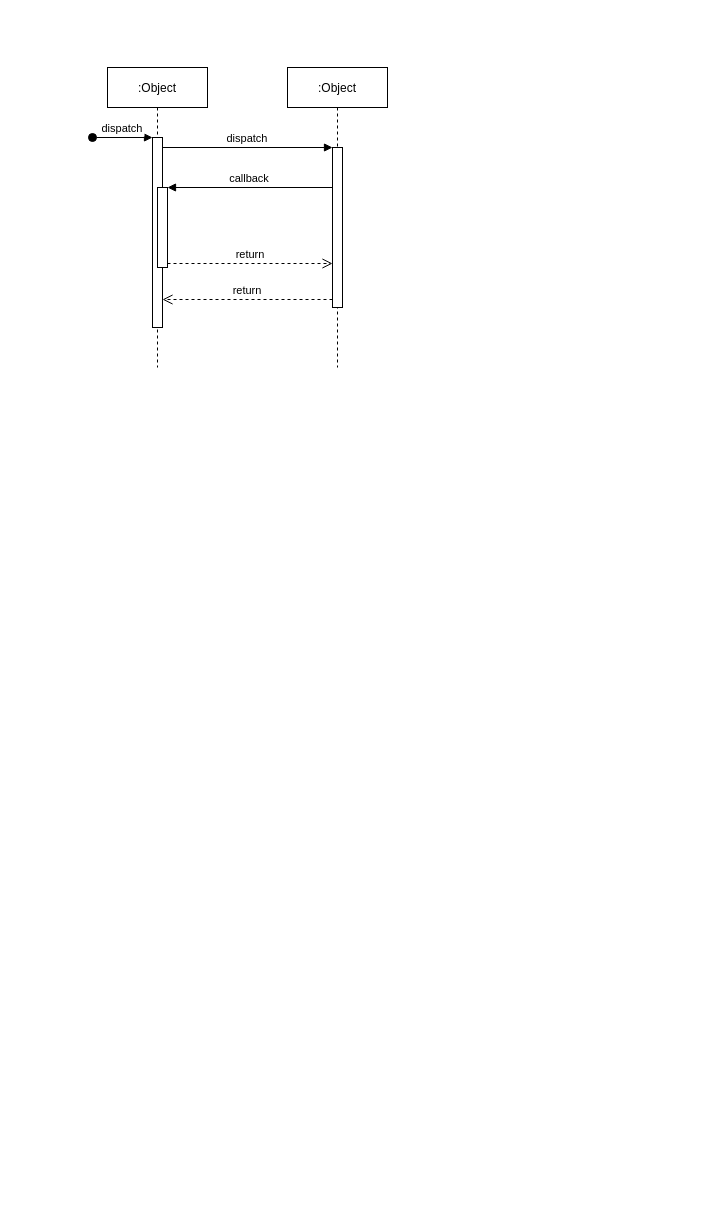
This is Untitled Diagram.drawio from doraemonxxx/queue-logic-design, a draw.io file, before an edit. Source tidied: cells renumbered, new cells numbered last; positions are measured from the earlier drawing's top-left corner, leaving out a move shared by most shapes. Both pictures are drawn from the tidied source at 100%, with x=0, y=0 at pixel (92, 67).
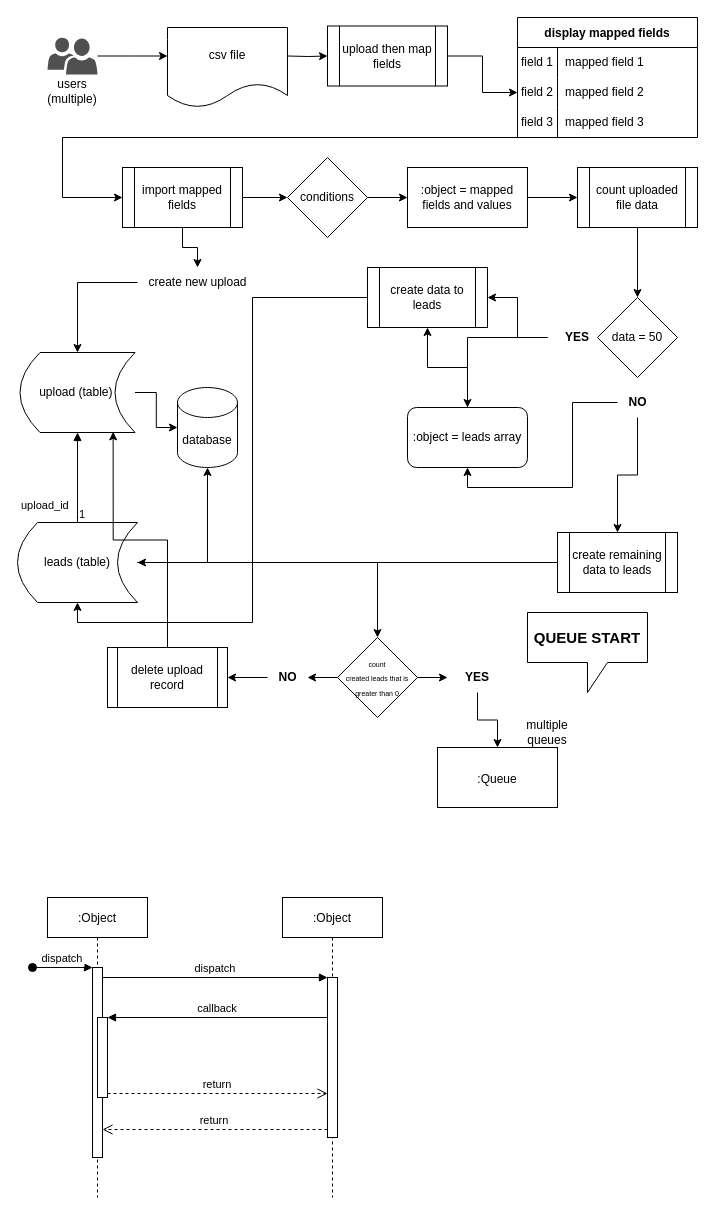
The same page after the edit.

Change to the diagram source:
```diff
@@
     <mxCell id="2" value=":Object" style="shape=umlLifeline;perimeter=lifelinePerimeter;rounded=0;shadow=0;strokeWidth=1;" parent="1" vertex="1">
-      <mxGeometry x="15" width="100" height="300" as="geometry" />
+      <mxGeometry x="-45" y="830" width="100" height="300" as="geometry" />
     </mxCell>
@@
     <mxCell id="6" value=":Object" style="shape=umlLifeline;perimeter=lifelinePerimeter;rounded=0;shadow=0;strokeWidth=1;" parent="1" vertex="1">
-      <mxGeometry x="195" width="100" height="300" as="geometry" />
+      <mxGeometry x="190" y="830" width="100" height="300" as="geometry" />
     </mxCell>
@@
+    <mxCell id="12" style="edgeStyle=orthogonalEdgeStyle;rounded=0;jettySize=auto;html=1;" parent="1" edge="1" source="13">
+      <mxGeometry relative="1" as="geometry">
+        <mxPoint x="75" y="-11.5" as="targetPoint" />
+      </mxGeometry>
+    </mxCell>
+    <mxCell id="13" style="sketch=0;shadow=0;dashed=0;html=1;strokeColor=none;labelPosition=center;verticalLabelPosition=bottom;verticalAlign=top;align=center;fillColor=#505050;shape=mxgraph.mscae.intune.user_group;" parent="1" vertex="1">
+      <mxGeometry x="-45" y="-30" width="50" height="37" as="geometry" />
+    </mxCell>
+    <mxCell id="14" value="users (multiple)" style="text;html=1;strokeColor=none;fillColor=none;align=center;verticalAlign=middle;whiteSpace=wrap;rounded=0;" parent="1" vertex="1">
+      <mxGeometry x="-50" y="7" width="60" height="33" as="geometry" />
+    </mxCell>
+    <mxCell id="15" style="edgeStyle=orthogonalEdgeStyle;rounded=0;jettySize=auto;html=1;entryX=0;entryY=0.5;entryDx=0;entryDy=0;" parent="1" edge="1" target="17">
+      <mxGeometry relative="1" as="geometry">
+        <mxPoint x="195" y="-11.5" as="sourcePoint" />
+      </mxGeometry>
+    </mxCell>
+    <mxCell id="16" style="edgeStyle=orthogonalEdgeStyle;rounded=0;jettySize=auto;html=1;fontSize=12;" parent="1" edge="1" source="17" target="33">
+      <mxGeometry relative="1" as="geometry" />
+    </mxCell>
+    <mxCell id="17" value="upload then map fields" style="shape=process;whiteSpace=wrap;html=1;backgroundOutline=1;" parent="1" vertex="1">
+      <mxGeometry x="235" y="-41.5" width="120" height="60" as="geometry" />
+    </mxCell>
+    <mxCell id="18" value="database" style="shape=cylinder3;whiteSpace=wrap;html=1;boundedLbl=1;backgroundOutline=1;size=15;" parent="1" vertex="1">
+      <mxGeometry x="85" y="320" width="60" height="80" as="geometry" />
+    </mxCell>
+    <mxCell id="19" value="csv file" style="shape=document;whiteSpace=wrap;html=1;boundedLbl=1;" parent="1" vertex="1">
+      <mxGeometry x="75" y="-40" width="120" height="80" as="geometry" />
+    </mxCell>
+    <mxCell id="20" style="edgeStyle=orthogonalEdgeStyle;rounded=0;jettySize=auto;html=1;" parent="1" edge="1" source="22" target="18">
+      <mxGeometry relative="1" as="geometry" />
+    </mxCell>
+    <mxCell id="21" style="edgeStyle=orthogonalEdgeStyle;rounded=0;jettySize=auto;html=1;fontSize=8;" parent="1" edge="1" source="22" target="64">
+      <mxGeometry relative="1" as="geometry" />
+    </mxCell>
+    <mxCell id="22" value="leads (table)" style="shape=dataStorage;whiteSpace=wrap;html=1;fixedSize=1;" parent="1" vertex="1">
+      <mxGeometry x="-75" y="455" width="120" height="80" as="geometry" />
+    </mxCell>
+    <mxCell id="23" style="edgeStyle=orthogonalEdgeStyle;rounded=0;jettySize=auto;html=1;entryX=0;entryY=0.5;entryDx=0;entryDy=0;entryPerimeter=0;" parent="1" edge="1" source="24" target="18">
+      <mxGeometry relative="1" as="geometry" />
+    </mxCell>
+    <mxCell id="24" value="upload (table)&amp;nbsp;" style="shape=dataStorage;whiteSpace=wrap;html=1;fixedSize=1;" parent="1" vertex="1">
+      <mxGeometry x="-72.5" y="285" width="115" height="80" as="geometry" />
+    </mxCell>
+    <mxCell id="25" style="edgeStyle=orthogonalEdgeStyle;rounded=0;jettySize=auto;html=1;entryX=0;entryY=0.5;entryDx=0;entryDy=0;" parent="1" edge="1" source="27" target="42">
+      <mxGeometry relative="1" as="geometry" />
+    </mxCell>
+    <mxCell id="26" style="edgeStyle=orthogonalEdgeStyle;rounded=0;jettySize=auto;html=1;" parent="1" edge="1" source="27" target="61">
+      <mxGeometry relative="1" as="geometry" />
+    </mxCell>
+    <mxCell id="27" value="import mapped fields" style="shape=process;whiteSpace=wrap;html=1;backgroundOutline=1;" parent="1" vertex="1">
+      <mxGeometry x="30" y="100" width="120" height="60" as="geometry" />
+    </mxCell>
+    <mxCell id="28" style="edgeStyle=orthogonalEdgeStyle;rounded=0;jettySize=auto;html=1;entryX=0;entryY=0.5;entryDx=0;entryDy=0;" parent="1" edge="1" source="29" target="27">
+      <mxGeometry relative="1" as="geometry">
+        <Array as="points">
+          <mxPoint x="-30" y="70" />
+          <mxPoint x="-30" y="130" />
+        </Array>
+      </mxGeometry>
+    </mxCell>
+    <mxCell id="29" value="display mapped fields" style="shape=table;startSize=30;childLayout=tableLayout;rowLines=0;fontStyle=1;" parent="1" vertex="1">
+      <mxGeometry x="425" y="-50" width="180" height="120" as="geometry" />
+    </mxCell>
+    <mxCell id="30" style="shape=tableRow;horizontal=0;startSize=0;swimlaneHead=0;swimlaneBody=0;top=0;left=0;bottom=0;right=0;fillColor=none;" parent="29" vertex="1">
+      <mxGeometry y="30" width="180" height="30" as="geometry" />
+    </mxCell>
+    <mxCell id="31" value="field 1" style="shape=partialRectangle;html=1;whiteSpace=wrap;fillColor=none;top=0;left=0;bottom=0;right=0;overflow=hidden;" parent="30" vertex="1">
+      <mxGeometry width="40" height="30" as="geometry" />
+    </mxCell>
+    <mxCell id="32" value="mapped field 1" style="shape=partialRectangle;html=1;whiteSpace=wrap;fillColor=none;top=0;left=0;bottom=0;right=0;align=left;spacingLeft=6;overflow=hidden;" parent="30" vertex="1">
+      <mxGeometry x="40" width="140" height="30" as="geometry" />
+    </mxCell>
+    <mxCell id="33" style="shape=tableRow;horizontal=0;startSize=0;swimlaneHead=0;swimlaneBody=0;top=0;left=0;bottom=0;right=0;fillColor=none;points=[[0,0.5],[1,0.5]];portConstraint=eastwest;" parent="29" vertex="1">
+      <mxGeometry y="60" width="180" height="30" as="geometry" />
+    </mxCell>
+    <mxCell id="34" value="field 2" style="shape=partialRectangle;html=1;whiteSpace=wrap;fillColor=none;top=0;left=0;bottom=0;right=0;overflow=hidden;" parent="33" vertex="1">
+      <mxGeometry width="40" height="30" as="geometry" />
+    </mxCell>
+    <mxCell id="35" value="mapped field 2" style="shape=partialRectangle;html=1;whiteSpace=wrap;fillColor=none;top=0;left=0;bottom=0;right=0;align=left;spacingLeft=6;overflow=hidden;" parent="33" vertex="1">
+      <mxGeometry x="40" width="140" height="30" as="geometry" />
+    </mxCell>
+    <mxCell id="36" style="shape=tableRow;horizontal=0;startSize=0;swimlaneHead=0;swimlaneBody=0;top=0;left=0;bottom=0;right=0;fillColor=none;" parent="29" vertex="1">
+      <mxGeometry y="90" width="180" height="30" as="geometry" />
+    </mxCell>
+    <mxCell id="37" value="field 3" style="shape=partialRectangle;html=1;whiteSpace=wrap;fillColor=none;top=0;left=0;bottom=0;right=0;overflow=hidden;" parent="36" vertex="1">
+      <mxGeometry width="40" height="30" as="geometry" />
+    </mxCell>
+    <mxCell id="38" value="mapped field 3" style="shape=partialRectangle;html=1;whiteSpace=wrap;fillColor=none;top=0;left=0;bottom=0;right=0;align=left;spacingLeft=6;overflow=hidden;" parent="36" vertex="1">
+      <mxGeometry x="40" width="140" height="30" as="geometry" />
+    </mxCell>
+    <mxCell id="39" style="edgeStyle=orthogonalEdgeStyle;rounded=0;jettySize=auto;html=1;entryX=0;entryY=0.5;entryDx=0;entryDy=0;" parent="1" edge="1" source="40" target="44">
+      <mxGeometry relative="1" as="geometry" />
+    </mxCell>
+    <mxCell id="40" value=":object = mapped fields and values" style="rounded=0;whiteSpace=wrap;html=1;" parent="1" vertex="1">
+      <mxGeometry x="315" y="100" width="120" height="60" as="geometry" />
+    </mxCell>
+    <mxCell id="41" style="edgeStyle=orthogonalEdgeStyle;rounded=0;jettySize=auto;html=1;entryX=0;entryY=0.5;entryDx=0;entryDy=0;" parent="1" edge="1" source="42" target="40">
+      <mxGeometry relative="1" as="geometry" />
+    </mxCell>
+    <mxCell id="42" value="conditions" style="rhombus;whiteSpace=wrap;html=1;" parent="1" vertex="1">
+      <mxGeometry x="195" y="90" width="80" height="80" as="geometry" />
+    </mxCell>
+    <mxCell id="43" style="edgeStyle=orthogonalEdgeStyle;rounded=0;jettySize=auto;html=1;" parent="1" edge="1" source="44" target="45">
+      <mxGeometry relative="1" as="geometry" />
+    </mxCell>
+    <mxCell id="44" value="count uploaded file data" style="shape=process;whiteSpace=wrap;html=1;backgroundOutline=1;" parent="1" vertex="1">
+      <mxGeometry x="485" y="100" width="120" height="60" as="geometry" />
+    </mxCell>
+    <mxCell id="45" value="data = 50" style="rhombus;whiteSpace=wrap;html=1;" parent="1" vertex="1">
+      <mxGeometry x="505" y="230" width="80" height="80" as="geometry" />
+    </mxCell>
+    <mxCell id="46" value="upload_id" style="endArrow=block;endFill=1;html=1;edgeStyle=orthogonalEdgeStyle;align=left;verticalAlign=top;rounded=0;entryX=0.5;entryY=1;entryDx=0;entryDy=0;" parent="1" edge="1" source="22" target="24">
+      <mxGeometry x="-0.33" y="58" relative="1" as="geometry" />
+    </mxCell>
+    <mxCell id="47" value="1" style="edgeLabel;html=1;align=left;verticalAlign=bottom;" parent="46" vertex="1">
+      <mxGeometry x="-1" relative="1" as="geometry" />
+    </mxCell>
+    <mxCell id="48" style="edgeStyle=orthogonalEdgeStyle;rounded=0;jettySize=auto;html=1;entryX=0.5;entryY=1;entryDx=0;entryDy=0;" parent="1" edge="1" source="49" target="51">
+      <mxGeometry relative="1" as="geometry" />
+    </mxCell>
+    <mxCell id="49" value=":object = leads array" style="rounded=1;whiteSpace=wrap;html=1;" parent="1" vertex="1">
+      <mxGeometry x="315" y="340" width="120" height="60" as="geometry" />
+    </mxCell>
+    <mxCell id="50" style="edgeStyle=orthogonalEdgeStyle;rounded=0;jettySize=auto;html=1;entryX=0.5;entryY=1;entryDx=0;entryDy=0;" parent="1" edge="1" source="51" target="22">
+      <mxGeometry relative="1" as="geometry" />
+    </mxCell>
+    <mxCell id="51" value="create data to leads" style="shape=process;whiteSpace=wrap;html=1;backgroundOutline=1;" parent="1" vertex="1">
+      <mxGeometry x="275" y="200" width="120" height="60" as="geometry" />
+    </mxCell>
+    <mxCell id="52" style="edgeStyle=orthogonalEdgeStyle;rounded=0;jettySize=auto;html=1;" parent="1" edge="1" source="54" target="51">
+      <mxGeometry relative="1" as="geometry" />
+    </mxCell>
+    <mxCell id="53" style="edgeStyle=orthogonalEdgeStyle;rounded=0;jettySize=auto;html=1;entryX=0.5;entryY=0;entryDx=0;entryDy=0;" parent="1" edge="1" source="54" target="49">
+      <mxGeometry relative="1" as="geometry" />
+    </mxCell>
+    <mxCell id="54" value="&lt;b&gt;YES&lt;/b&gt;" style="text;html=1;strokeColor=none;fillColor=none;align=center;verticalAlign=middle;whiteSpace=wrap;rounded=0;" parent="1" vertex="1">
+      <mxGeometry x="455" y="255" width="60" height="30" as="geometry" />
+    </mxCell>
+    <mxCell id="55" style="edgeStyle=orthogonalEdgeStyle;rounded=0;jettySize=auto;html=1;" parent="1" edge="1" source="57" target="59">
+      <mxGeometry relative="1" as="geometry" />
+    </mxCell>
+    <mxCell id="56" style="edgeStyle=orthogonalEdgeStyle;rounded=0;jettySize=auto;html=1;entryX=0.5;entryY=1;entryDx=0;entryDy=0;" parent="1" edge="1" source="57" target="49">
+      <mxGeometry relative="1" as="geometry" />
+    </mxCell>
+    <mxCell id="57" value="&lt;b&gt;NO&lt;/b&gt;" style="text;html=1;align=center;verticalAlign=middle;points=[];strokeColor=none;fillColor=none;" parent="1" vertex="1">
+      <mxGeometry x="525" y="320" width="40" height="30" as="geometry" />
+    </mxCell>
+    <mxCell id="58" style="edgeStyle=orthogonalEdgeStyle;rounded=0;jettySize=auto;html=1;" parent="1" edge="1" source="59" target="22">
+      <mxGeometry relative="1" as="geometry" />
+    </mxCell>
+    <mxCell id="59" value="create remaining data to leads" style="shape=process;whiteSpace=wrap;html=1;backgroundOutline=1;" parent="1" vertex="1">
+      <mxGeometry x="465" y="465" width="120" height="60" as="geometry" />
+    </mxCell>
+    <mxCell id="60" style="edgeStyle=orthogonalEdgeStyle;rounded=0;jettySize=auto;html=1;" parent="1" edge="1" source="61" target="24">
+      <mxGeometry relative="1" as="geometry" />
+    </mxCell>
+    <mxCell id="61" value="create new upload" style="text;html=1;align=center;verticalAlign=middle;points=[];strokeColor=none;fillColor=none;" parent="1" vertex="1">
+      <mxGeometry x="45" y="200" width="120" height="30" as="geometry" />
+    </mxCell>
+    <mxCell id="62" style="edgeStyle=orthogonalEdgeStyle;rounded=0;jettySize=auto;html=1;fontSize=7;" parent="1" edge="1" source="64" target="66">
+      <mxGeometry relative="1" as="geometry" />
+    </mxCell>
+    <mxCell id="63" style="edgeStyle=orthogonalEdgeStyle;rounded=0;jettySize=auto;html=1;fontSize=7;" parent="1" edge="1" source="64" target="68">
+      <mxGeometry relative="1" as="geometry" />
+    </mxCell>
+    <mxCell id="64" value="&lt;font style=&quot;font-size: 7px;&quot;&gt;count &lt;br&gt;created leads that is greater than 0&lt;/font&gt;" style="rhombus;whiteSpace=wrap;html=1;" parent="1" vertex="1">
+      <mxGeometry x="245" y="570" width="80" height="80" as="geometry" />
+    </mxCell>
+    <mxCell id="65" style="edgeStyle=orthogonalEdgeStyle;rounded=0;jettySize=auto;html=1;entryX=1;entryY=0.5;entryDx=0;entryDy=0;fontSize=12;" parent="1" edge="1" source="66" target="72">
+      <mxGeometry relative="1" as="geometry" />
+    </mxCell>
+    <mxCell id="66" value="&lt;b&gt;NO&lt;/b&gt;" style="text;html=1;align=center;verticalAlign=middle;points=[];strokeColor=none;fillColor=none;" parent="1" vertex="1">
+      <mxGeometry x="175" y="595" width="40" height="30" as="geometry" />
+    </mxCell>
+    <mxCell id="67" style="edgeStyle=orthogonalEdgeStyle;rounded=0;jettySize=auto;html=1;fontSize=12;" parent="1" edge="1" source="68" target="70">
+      <mxGeometry relative="1" as="geometry" />
+    </mxCell>
+    <mxCell id="68" value="&lt;b&gt;YES&lt;/b&gt;" style="text;html=1;strokeColor=none;fillColor=none;align=center;verticalAlign=middle;whiteSpace=wrap;rounded=0;" parent="1" vertex="1">
+      <mxGeometry x="355" y="595" width="60" height="30" as="geometry" />
+    </mxCell>
+    <mxCell id="69" value="&lt;b&gt;QUEUE START&lt;/b&gt;" style="shape=callout;whiteSpace=wrap;html=1;perimeter=calloutPerimeter;fontSize=15;" parent="1" vertex="1">
+      <mxGeometry x="435" y="545" width="120" height="80" as="geometry" />
+    </mxCell>
+    <mxCell id="70" value="&lt;font style=&quot;font-size: 12px;&quot;&gt;:Queue&lt;/font&gt;" style="rounded=0;whiteSpace=wrap;html=1;fontSize=15;" parent="1" vertex="1">
+      <mxGeometry x="345" y="680" width="120" height="60" as="geometry" />
+    </mxCell>
+    <mxCell id="71" style="edgeStyle=orthogonalEdgeStyle;rounded=0;jettySize=auto;html=1;entryX=0.81;entryY=0.992;entryDx=0;entryDy=0;entryPerimeter=0;fontSize=12;" parent="1" edge="1" source="72" target="24">
+      <mxGeometry relative="1" as="geometry" />
+    </mxCell>
+    <mxCell id="72" value="delete upload record" style="shape=process;whiteSpace=wrap;html=1;backgroundOutline=1;fontSize=12;size=0.08333333333333333;" parent="1" vertex="1">
+      <mxGeometry x="15" y="580" width="120" height="60" as="geometry" />
+    </mxCell>
+    <mxCell id="73" value="multiple queues" style="text;html=1;strokeColor=none;fillColor=none;align=center;verticalAlign=middle;whiteSpace=wrap;rounded=0;fontSize=12;" parent="1" vertex="1">
+      <mxGeometry x="425" y="650" width="60" height="30" as="geometry" />
+    </mxCell>
```
